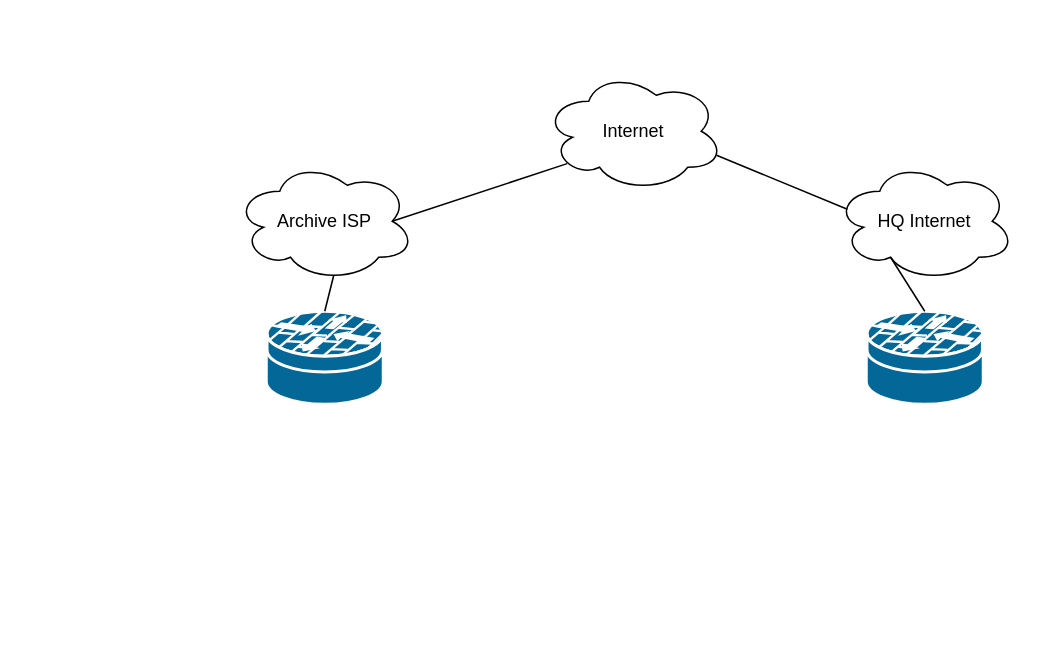
adamrt918/Diagram keeps this draw.io diagram as Archive.drawio. Above is the earlier version. Source tidied: cells renumbered, new cells numbered last; positions are measured from the earlier drawing's top-left corner, leaving out a move shared by most shapes. Both pictures are drawn from the tidied source at 150%, with x=0, y=0 at pixel (234, 70).
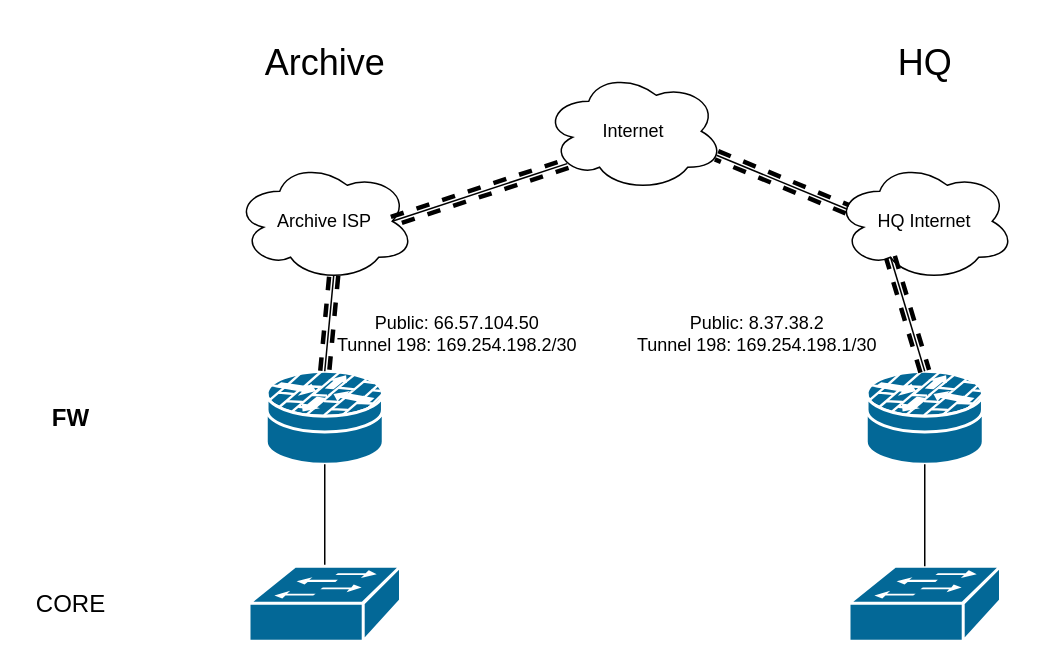
The same page after the edit.

Unchanged cells that the change refers to:
```xml
<mxCell id="3" value="Internet" style="ellipse;shape=cloud;whiteSpace=wrap;html=1;" parent="1" vertex="1">
  <mxGeometry x="206" width="120" height="80" as="geometry" />
</mxCell>
<mxCell id="6" value="Archive ISP" style="ellipse;shape=cloud;whiteSpace=wrap;html=1;" parent="1" vertex="1">
  <mxGeometry y="60" width="120" height="80" as="geometry" />
</mxCell>
<mxCell id="8" value="HQ Internet" style="ellipse;shape=cloud;whiteSpace=wrap;html=1;" parent="1" vertex="1">
  <mxGeometry x="400" y="60" width="120" height="80" as="geometry" />
</mxCell>
```

The edit, as a diff of the source:
```diff
@@
     <mxCell id="2" style="shape=mxgraph.cisco.security.router_firewall;sketch=0;html=1;dashed=0;fillColor=#036897;strokeColor=#ffffff;strokeWidth=2;verticalLabelPosition=bottom;verticalAlign=top;align=center;outlineConnect=0;" parent="1" vertex="1">
-      <mxGeometry x="21" y="160" width="78" height="62" as="geometry" />
+      <mxGeometry x="21" y="200" width="78" height="62" as="geometry" />
     </mxCell>
@@
     <mxCell id="4" style="shape=mxgraph.cisco.security.router_firewall;sketch=0;html=1;dashed=0;fillColor=#036897;strokeColor=#ffffff;strokeWidth=2;verticalLabelPosition=bottom;verticalAlign=top;align=center;outlineConnect=0;" parent="1" vertex="1">
-      <mxGeometry x="421" y="160" width="78" height="62" as="geometry" />
+      <mxGeometry x="421" y="200" width="78" height="62" as="geometry" />
     </mxCell>
@@
+    <mxCell id="11" style="endArrow=none;html=1;rounded=0;entryX=0.5;entryY=1;entryDx=0;entryDy=0;entryPerimeter=0;exitX=0.5;exitY=0;exitDx=0;exitDy=0;exitPerimeter=0;" parent="1" edge="1" source="14" target="2">
+      <mxGeometry relative="1" as="geometry" />
+    </mxCell>
+    <mxCell id="12" style="shape=mxgraph.cisco.switches.workgroup_switch;sketch=0;html=1;dashed=0;fillColor=#036897;strokeColor=#ffffff;strokeWidth=2;verticalLabelPosition=bottom;verticalAlign=top;align=center;outlineConnect=0;" parent="1" vertex="1">
+      <mxGeometry x="409.5" y="330" width="101" height="50" as="geometry" />
+    </mxCell>
+    <mxCell id="13" style="endArrow=none;html=1;rounded=0;entryX=0.5;entryY=1;entryDx=0;entryDy=0;entryPerimeter=0;" parent="1" edge="1" source="12" target="4">
+      <mxGeometry relative="1" as="geometry" />
+    </mxCell>
+    <mxCell id="14" style="shape=mxgraph.cisco.switches.workgroup_switch;sketch=0;html=1;dashed=0;fillColor=#036897;strokeColor=#ffffff;strokeWidth=2;verticalLabelPosition=bottom;verticalAlign=top;align=center;outlineConnect=0;" parent="1" vertex="1">
+      <mxGeometry x="9.5" y="330" width="101" height="50" as="geometry" />
+    </mxCell>
+    <mxCell id="15" value="&lt;font style=&quot;font-size: 24px;&quot;&gt;Archive&lt;/font&gt;" style="text;html=1;whiteSpace=wrap;strokeColor=none;fillColor=none;align=center;verticalAlign=middle;rounded=0;" parent="1" vertex="1">
+      <mxGeometry x="9.5" y="-30" width="101" height="50" as="geometry" />
+    </mxCell>
+    <mxCell id="16" value="&lt;font style=&quot;font-size: 24px;&quot;&gt;HQ&lt;/font&gt;" style="text;html=1;whiteSpace=wrap;strokeColor=none;fillColor=none;align=center;verticalAlign=middle;rounded=0;" parent="1" vertex="1">
+      <mxGeometry x="409.5" y="-30" width="101" height="50" as="geometry" />
+    </mxCell>
+    <mxCell id="17" value="&lt;font style=&quot;font-size: 16px;&quot;&gt;FW&lt;/font&gt;" style="text;html=1;whiteSpace=wrap;strokeColor=none;fillColor=none;align=center;verticalAlign=middle;rounded=0;fontStyle=1;" parent="1" vertex="1">
+      <mxGeometry x="-139" y="216" width="60" height="30" as="geometry" />
+    </mxCell>
+    <mxCell id="18" value="&lt;font style=&quot;font-size: 16px;&quot;&gt;CORE&lt;/font&gt;" style="text;html=1;whiteSpace=wrap;strokeColor=none;fillColor=none;align=center;verticalAlign=middle;rounded=0;" parent="1" vertex="1">
+      <mxGeometry x="-139" y="340" width="60" height="30" as="geometry" />
+    </mxCell>
+    <mxCell id="19" style="endArrow=none;html=1;rounded=0;shape=link;entryX=0.55;entryY=0.95;entryDx=0;entryDy=0;entryPerimeter=0;exitX=0.5;exitY=0;exitDx=0;exitDy=0;exitPerimeter=0;dashed=1;strokeColor=light-dark(#000000,#9999FF);strokeWidth=3;" parent="1" edge="1" source="2" target="6">
+      <mxGeometry relative="1" as="geometry" />
+    </mxCell>
+    <mxCell id="20" style="endArrow=none;html=1;rounded=0;shape=link;entryX=0.13;entryY=0.77;entryDx=0;entryDy=0;entryPerimeter=0;exitX=0.875;exitY=0.5;exitDx=0;exitDy=0;exitPerimeter=0;dashed=1;strokeColor=light-dark(#000000,#9999FF);strokeWidth=3;" parent="1" edge="1" source="6" target="3">
+      <mxGeometry relative="1" as="geometry" />
+    </mxCell>
+    <mxCell id="21" style="endArrow=none;html=1;rounded=0;shape=link;exitX=0.07;exitY=0.4;exitDx=0;exitDy=0;exitPerimeter=0;dashed=1;strokeColor=light-dark(#000000,#9999FF);strokeWidth=3;entryX=0.96;entryY=0.7;entryDx=0;entryDy=0;entryPerimeter=0;" parent="1" edge="1" source="8" target="3">
+      <mxGeometry relative="1" as="geometry" />
+    </mxCell>
+    <mxCell id="22" style="endArrow=none;html=1;rounded=0;shape=link;entryX=0.31;entryY=0.8;entryDx=0;entryDy=0;entryPerimeter=0;exitX=0.5;exitY=0;exitDx=0;exitDy=0;exitPerimeter=0;dashed=1;strokeColor=light-dark(#000000,#9999FF);strokeWidth=3;" parent="1" edge="1" source="4" target="8">
+      <mxGeometry relative="1" as="geometry" />
+    </mxCell>
+    <mxCell id="23" value="Public: 8.37.38.2&lt;div&gt;Tunnel 198: 169.254.198.1/30&lt;/div&gt;" style="text;html=1;whiteSpace=wrap;strokeColor=none;fillColor=none;align=center;verticalAlign=middle;rounded=0;" parent="1" vertex="1">
+      <mxGeometry x="261" y="150" width="175" height="50" as="geometry" />
+    </mxCell>
+    <mxCell id="24" value="Public: 66.57.104.50&lt;div&gt;Tunnel 198: 169.254.198.2/30&lt;/div&gt;" style="text;html=1;whiteSpace=wrap;strokeColor=none;fillColor=none;align=center;verticalAlign=middle;rounded=0;" parent="1" vertex="1">
+      <mxGeometry x="61" y="150" width="175" height="50" as="geometry" />
+    </mxCell>
```
